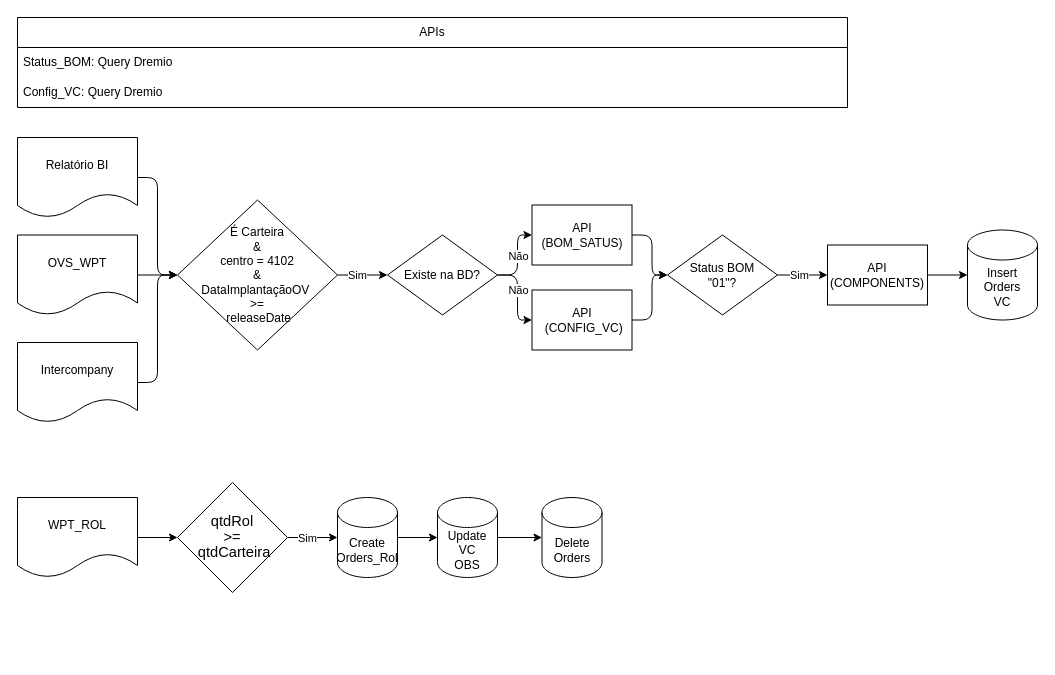
Before: EvaluationMapFluxograma.drawio in Dinis14530/fluxogramas, a draw.io diagram. Source tidied: cells renumbered, new cells numbered last; positions are measured from the earlier drawing's top-left corner, leaving out a move shared by most shapes. Both pictures are drawn from the tidied source at 100%, with x=0, y=0 at pixel (17, 17).
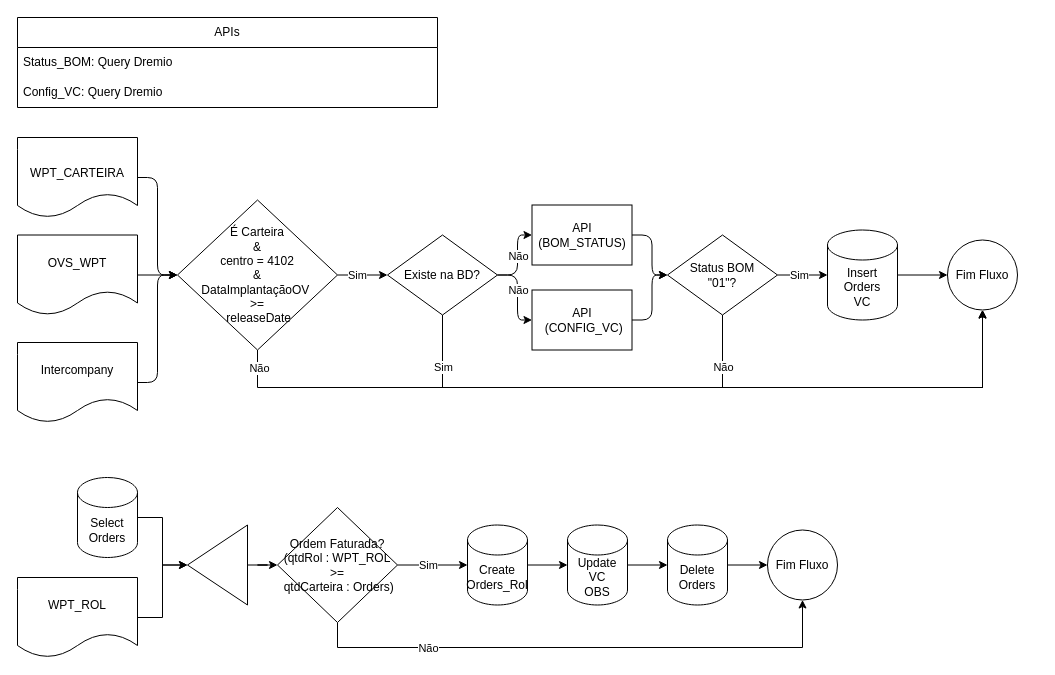
The same diagram, later.

Unchanged cells that the change refers to:
```xml
<mxCell id="11" value="É&amp;nbsp;&lt;span style=&quot;background-color: transparent; color: light-dark(rgb(0, 0, 0), rgb(255, 255, 255));&quot;&gt;Carteira&lt;/span&gt;&lt;div&gt;&lt;span style=&quot;background-color: transparent; color: light-dark(rgb(0, 0, 0), rgb(255, 255, 255));&quot;&gt;&amp;amp;&lt;/span&gt;&lt;/div&gt;&lt;div&gt;&lt;span style=&quot;background-color: transparent; color: light-dark(rgb(0, 0, 0), rgb(255, 255, 255));&quot;&gt;centro = 4102&lt;/span&gt;&lt;/div&gt;&lt;div&gt;&lt;span style=&quot;background-color: transparent; color: light-dark(rgb(0, 0, 0), rgb(255, 255, 255));&quot;&gt;&amp;amp;&lt;/span&gt;&lt;/div&gt;&lt;div&gt;&lt;span style=&quot;background-color: transparent; color: light-dark(rgb(0, 0, 0), rgb(255, 255, 255));&quot;&gt;DataImplantaçãoOV&amp;nbsp;&lt;/span&gt;&lt;/div&gt;&lt;div&gt;&lt;span style=&quot;background-color: transparent; color: light-dark(rgb(0, 0, 0), rgb(255, 255, 255));&quot;&gt;&amp;gt;=&lt;/span&gt;&lt;/div&gt;&lt;div&gt;&lt;span style=&quot;background-color: transparent; color: light-dark(rgb(0, 0, 0), rgb(255, 255, 255));&quot;&gt;&amp;nbsp;releaseDate&lt;/span&gt;&lt;/div&gt;" style="rhombus;whiteSpace=wrap;html=1;rounded=0;" parent="1" vertex="1">
  <mxGeometry x="160" y="182.5" width="160" height="150" as="geometry" />
</mxCell>
<mxCell id="14" value="Status BOM&lt;div&gt;&quot;01&quot;?&lt;/div&gt;" style="rhombus;whiteSpace=wrap;html=1;rounded=0;" parent="1" vertex="1">
  <mxGeometry x="650" y="217.5" width="110" height="80" as="geometry" />
</mxCell>
<mxCell id="28" value="Existe na BD?" style="rhombus;whiteSpace=wrap;html=1;rounded=0;" parent="1" vertex="1">
  <mxGeometry x="370" y="217.5" width="110" height="80" as="geometry" />
</mxCell>
```

The edit, as a diff of the source:
```diff
@@
-    <mxCell id="3" value="Relatório BI" style="shape=document;whiteSpace=wrap;html=1;boundedLbl=1;rounded=0;" parent="1" vertex="1">
+    <mxCell id="3" value="&lt;br&gt;&lt;div&gt;WPT_CARTEIRA&lt;/div&gt;" style="shape=document;whiteSpace=wrap;html=1;boundedLbl=1;rounded=0;" parent="1" vertex="1">
       <mxGeometry y="120" width="120" height="80" as="geometry" />
     </mxCell>
@@
+    <mxCell id="39" style="edgeStyle=orthogonalEdgeStyle;rounded=0;jettySize=auto;html=1;exitX=1;exitY=0.5;exitDx=0;exitDy=0;exitPerimeter=0;entryX=0;entryY=0.5;entryDx=0;entryDy=0;" parent="1" edge="1" source="8" target="50">
+      <mxGeometry relative="1" as="geometry" />
+    </mxCell>
     <mxCell id="8" value="Insert&lt;div&gt;Orders&lt;/div&gt;&lt;div&gt;VC&lt;/div&gt;" style="shape=cylinder3;whiteSpace=wrap;html=1;boundedLbl=1;backgroundOutline=1;size=15;rounded=0;" parent="1" vertex="1">
-      <mxGeometry x="950" y="212.5" width="70" height="90" as="geometry" />
+      <mxGeometry x="810" y="212.5" width="70" height="90" as="geometry" />
     </mxCell>
@@
+    <mxCell id="40" style="edgeStyle=orthogonalEdgeStyle;rounded=0;jettySize=auto;html=1;exitX=0.5;exitY=1;exitDx=0;exitDy=0;entryX=0.5;entryY=1;entryDx=0;entryDy=0;" parent="1" edge="1" source="11" target="50">
+      <mxGeometry relative="1" as="geometry">
+        <Array as="points">
+          <mxPoint x="240" y="370" />
+          <mxPoint x="965" y="370" />
+        </Array>
+      </mxGeometry>
+    </mxCell>
+    <mxCell id="41" value="Não" style="edgeLabel;html=1;align=center;verticalAlign=middle;" parent="40" vertex="1">
+      <mxGeometry x="-0.67" y="-2" relative="1" as="geometry">
+        <mxPoint x="-100" y="-22" as="offset" />
+      </mxGeometry>
+    </mxCell>
@@
-    <mxCell id="12" style="edgeStyle=orthogonalEdgeStyle;jettySize=auto;html=1;entryX=0;entryY=0.5;entryDx=0;entryDy=0;" parent="1" edge="1" source="14" target="20">
+    <mxCell id="12" style="edgeStyle=orthogonalEdgeStyle;jettySize=auto;html=1;entryX=0;entryY=0.5;entryDx=0;entryDy=0;entryPerimeter=0;" parent="1" edge="1" source="14" target="8">
       <mxGeometry relative="1" as="geometry" />
     </mxCell>
@@
+    <mxCell id="42" style="edgeStyle=orthogonalEdgeStyle;rounded=0;jettySize=auto;html=1;exitX=0.5;exitY=1;exitDx=0;exitDy=0;entryX=0.5;entryY=1;entryDx=0;entryDy=0;" parent="1" edge="1" source="14" target="50">
+      <mxGeometry relative="1" as="geometry">
+        <Array as="points">
+          <mxPoint x="705" y="370" />
+          <mxPoint x="965" y="370" />
+        </Array>
+      </mxGeometry>
+    </mxCell>
+    <mxCell id="43" value="Não" style="edgeLabel;html=1;align=center;verticalAlign=middle;" parent="42" vertex="1">
+      <mxGeometry x="-0.85" y="4" relative="1" as="geometry">
+        <mxPoint x="-4" y="21" as="offset" />
+      </mxGeometry>
+    </mxCell>
@@
-    <mxCell id="18" value="API&lt;br&gt;(BOM_SATUS)" style="rounded=0;whiteSpace=wrap;html=1;" parent="1" vertex="1">
+    <mxCell id="18" value="API&lt;br&gt;(BOM_STATUS)" style="rounded=0;whiteSpace=wrap;html=1;" parent="1" vertex="1">
       <mxGeometry x="514.5" y="187.5" width="100" height="60" as="geometry" />
     </mxCell>
-    <mxCell id="19" style="edgeStyle=orthogonalEdgeStyle;rounded=0;jettySize=auto;html=1;exitX=1;exitY=0.5;exitDx=0;exitDy=0;entryX=0;entryY=0.5;entryDx=0;entryDy=0;entryPerimeter=0;" parent="1" edge="1" source="20" target="8">
-      <mxGeometry relative="1" as="geometry" />
-    </mxCell>
-    <mxCell id="20" value="API&lt;br&gt;(COMPONENTS)" style="rounded=0;whiteSpace=wrap;html=1;" parent="1" vertex="1">
-      <mxGeometry x="810" y="227.5" width="100" height="60" as="geometry" />
-    </mxCell>
     <mxCell id="21" value="APIs" style="swimlane;fontStyle=0;horizontal=1;startSize=30;whiteSpace=wrap;html=1;" parent="1" vertex="1">
-      <mxGeometry width="830" height="90" as="geometry" />
+      <mxGeometry width="420" height="90" as="geometry" />
     </mxCell>
-    <mxCell id="22" value="Status_BOM: Query Dremio" style="text;align=left;verticalAlign=middle;spacingLeft=4;spacingRight=4;overflow=hidden;whiteSpace=wrap;html=1;" parent="21" vertex="1">
-      <mxGeometry y="30" width="830" height="30" as="geometry" />
+    <mxCell id="22" value="Status_BOM: Query Dremio" style="text;align=left;verticalAlign=middle;spacingLeft=4;spacingRight=4;overflow=hidden;whiteSpace=wrap;html=1;rounded=0;" parent="21" vertex="1">
+      <mxGeometry y="30" width="420" height="30" as="geometry" />
     </mxCell>
-    <mxCell id="23" value="Config_VC: Query Dremio" style="text;strokeColor=none;fillColor=none;align=left;verticalAlign=middle;spacingLeft=4;spacingRight=4;overflow=hidden;whiteSpace=wrap;html=1;" parent="21" vertex="1">
-      <mxGeometry y="60" width="830" height="30" as="geometry" />
+    <mxCell id="23" value="Config_VC: Query Dremio" style="text;strokeColor=none;fillColor=none;align=left;verticalAlign=middle;spacingLeft=4;spacingRight=4;overflow=hidden;whiteSpace=wrap;html=1;rounded=0;" parent="21" vertex="1">
+      <mxGeometry y="60" width="420" height="30" as="geometry" />
     </mxCell>
@@
+    <mxCell id="44" style="edgeStyle=orthogonalEdgeStyle;rounded=0;jettySize=auto;html=1;exitX=0.5;exitY=1;exitDx=0;exitDy=0;entryX=0.5;entryY=1;entryDx=0;entryDy=0;" parent="1" edge="1" source="28" target="50">
+      <mxGeometry relative="1" as="geometry">
+        <Array as="points">
+          <mxPoint x="425" y="370" />
+          <mxPoint x="965" y="370" />
+        </Array>
+      </mxGeometry>
+    </mxCell>
+    <mxCell id="45" value="Sim" style="edgeLabel;html=1;align=center;verticalAlign=middle;" parent="44" vertex="1">
+      <mxGeometry x="-0.92" y="2" relative="1" as="geometry">
+        <mxPoint x="-2" y="24" as="offset" />
+      </mxGeometry>
+    </mxCell>
@@
-    <mxCell id="29" style="edgeStyle=orthogonalEdgeStyle;rounded=0;jettySize=auto;html=1;exitX=1;exitY=0.5;exitDx=0;exitDy=0;entryX=0;entryY=0.5;entryDx=0;entryDy=0;" parent="1" edge="1" source="30" target="33">
-      <mxGeometry relative="1" as="geometry" />
-    </mxCell>
+    <mxCell id="46" style="edgeStyle=orthogonalEdgeStyle;rounded=0;jettySize=auto;html=1;entryX=1;entryY=0.5;entryDx=0;entryDy=0;exitX=1;exitY=0.5;exitDx=0;exitDy=0;" parent="1" edge="1" source="30" target="56">
+      <mxGeometry relative="1" as="geometry" />
+    </mxCell>
     <mxCell id="30" value="WPT_ROL" style="shape=document;whiteSpace=wrap;html=1;boundedLbl=1;rounded=0;" parent="1" vertex="1">
-      <mxGeometry y="480" width="120" height="80" as="geometry" />
+      <mxGeometry y="560" width="120" height="80" as="geometry" />
     </mxCell>
-    <mxCell id="31" style="edgeStyle=orthogonalEdgeStyle;rounded=0;jettySize=auto;html=1;exitX=1;exitY=0.5;exitDx=0;exitDy=0;entryX=0;entryY=0.5;entryDx=0;entryDy=0;entryPerimeter=0;" parent="1" edge="1" source="33" target="34">
-      <mxGeometry relative="1" as="geometry" />
-    </mxCell>
-    <mxCell id="32" value="Sim" style="edgeLabel;html=1;align=center;verticalAlign=middle;" parent="31" vertex="1">
-      <mxGeometry x="-0.34" y="-1" relative="1" as="geometry">
-        <mxPoint x="3" y="-1" as="offset" />
-      </mxGeometry>
-    </mxCell>
+    <mxCell id="47" style="edgeStyle=orthogonalEdgeStyle;rounded=0;jettySize=auto;html=1;entryX=0.5;entryY=1;entryDx=0;entryDy=0;exitX=0.5;exitY=1;exitDx=0;exitDy=0;" parent="1" edge="1" source="33" target="54">
+      <mxGeometry relative="1" as="geometry">
+        <Array as="points">
+          <mxPoint x="320" y="630" />
+          <mxPoint x="785" y="630" />
+        </Array>
+      </mxGeometry>
+    </mxCell>
+    <mxCell id="48" value="Não" style="edgeLabel;html=1;align=center;verticalAlign=middle;" parent="47" vertex="1">
+      <mxGeometry x="-0.6" y="3" relative="1" as="geometry">
+        <mxPoint x="7" y="3" as="offset" />
+      </mxGeometry>
+    </mxCell>
-    <mxCell id="33" value="&lt;span style=&quot;font-size: 11pt; line-height: 107%; font-family: Arial, sans-serif;&quot;&gt;&lt;font style=&quot;color: light-dark(rgb(0, 0, 0), rgb(255, 255, 255));&quot;&gt;qtdRol&lt;br&gt;&amp;gt;=&lt;/font&gt;&lt;/span&gt;&lt;div&gt;&lt;span style=&quot;font-size: 11pt; line-height: 107%; font-family: Arial, sans-serif;&quot;&gt;&lt;font style=&quot;color: light-dark(rgb(0, 0, 0), rgb(255, 255, 255));&quot;&gt;&amp;nbsp;qtdCarteira&lt;/font&gt;&lt;/span&gt;&lt;/div&gt;" style="rhombus;whiteSpace=wrap;html=1;" parent="1" vertex="1">
-      <mxGeometry x="160" y="465" width="110" height="110" as="geometry" />
+    <mxCell id="33" value="&lt;span style=&quot;line-height: 107%; font-family: Arial, sans-serif;&quot;&gt;&lt;font style=&quot;color: light-dark(rgb(0, 0, 0), rgb(255, 255, 255));&quot;&gt;Ordem Faturada?&lt;br&gt;(qtdRol : WPT_ROL&lt;br&gt;&amp;gt;=&lt;/font&gt;&lt;/span&gt;&lt;div&gt;&lt;span style=&quot;line-height: 107%; font-family: Arial, sans-serif;&quot;&gt;&lt;font style=&quot;color: light-dark(rgb(0, 0, 0), rgb(255, 255, 255));&quot;&gt;&amp;nbsp;qtdCarteira : Orders)&lt;/font&gt;&lt;/span&gt;&lt;/div&gt;" style="rhombus;whiteSpace=wrap;html=1;" parent="1" vertex="1">
+      <mxGeometry x="260" y="490" width="120" height="115" as="geometry" />
     </mxCell>
     <mxCell id="34" value="Create&lt;div&gt;Orders_Rol&lt;/div&gt;" style="shape=cylinder3;whiteSpace=wrap;html=1;boundedLbl=1;backgroundOutline=1;size=15;rounded=0;" parent="1" vertex="1">
-      <mxGeometry x="320" y="480" width="60" height="80" as="geometry" />
+      <mxGeometry x="450" y="507.5" width="60" height="80" as="geometry" />
     </mxCell>
     <mxCell id="35" value="Update&lt;div&gt;VC&lt;/div&gt;&lt;div&gt;OBS&lt;/div&gt;" style="shape=cylinder3;whiteSpace=wrap;html=1;boundedLbl=1;backgroundOutline=1;size=15;rounded=0;" parent="1" vertex="1">
-      <mxGeometry x="420" y="480" width="60" height="80" as="geometry" />
+      <mxGeometry x="550" y="507.5" width="60" height="80" as="geometry" />
     </mxCell>
@@
+    <mxCell id="49" style="edgeStyle=orthogonalEdgeStyle;rounded=0;jettySize=auto;html=1;exitX=1;exitY=0.5;exitDx=0;exitDy=0;exitPerimeter=0;" parent="1" edge="1" source="37" target="54">
+      <mxGeometry relative="1" as="geometry" />
+    </mxCell>
     <mxCell id="37" value="Delete&lt;div&gt;Orders&lt;/div&gt;" style="shape=cylinder3;whiteSpace=wrap;html=1;boundedLbl=1;backgroundOutline=1;size=15;rounded=0;" parent="1" vertex="1">
-      <mxGeometry x="524.5" y="480" width="60" height="80" as="geometry" />
+      <mxGeometry x="650" y="507.5" width="60" height="80" as="geometry" />
     </mxCell>
@@
+    <mxCell id="50" value="Fim Fluxo" style="ellipse;whiteSpace=wrap;html=1;" parent="1" vertex="1">
+      <mxGeometry x="930" y="222.5" width="70" height="70" as="geometry" />
+    </mxCell>
+    <mxCell id="51" style="edgeStyle=orthogonalEdgeStyle;rounded=0;jettySize=auto;html=1;entryX=1;entryY=0.5;entryDx=0;entryDy=0;" parent="1" edge="1" source="52" target="56">
+      <mxGeometry relative="1" as="geometry" />
+    </mxCell>
+    <mxCell id="52" value="Select&lt;div&gt;Orders&lt;/div&gt;" style="shape=cylinder3;whiteSpace=wrap;html=1;boundedLbl=1;backgroundOutline=1;size=15;rounded=0;" parent="1" vertex="1">
+      <mxGeometry x="60" y="460" width="60" height="80" as="geometry" />
+    </mxCell>
+    <mxCell id="53" style="edgeStyle=orthogonalEdgeStyle;rounded=0;jettySize=auto;html=1;exitX=0;exitY=0.5;exitDx=0;exitDy=0;" parent="1" edge="1" source="54">
+      <mxGeometry relative="1" as="geometry">
+        <mxPoint x="780" y="550.1" as="targetPoint" />
+      </mxGeometry>
+    </mxCell>
+    <mxCell id="54" value="Fim Fluxo" style="ellipse;whiteSpace=wrap;html=1;" parent="1" vertex="1">
+      <mxGeometry x="750" y="512.5" width="70" height="70" as="geometry" />
+    </mxCell>
+    <mxCell id="55" style="edgeStyle=orthogonalEdgeStyle;rounded=0;jettySize=auto;html=1;entryX=0;entryY=0.5;entryDx=0;entryDy=0;" parent="1" edge="1" source="56" target="33">
+      <mxGeometry relative="1" as="geometry" />
+    </mxCell>
+    <mxCell id="56" style="triangle;whiteSpace=wrap;html=1;rotation=-180;" parent="1" vertex="1">
+      <mxGeometry x="170" y="507.5" width="60" height="80" as="geometry" />
+    </mxCell>
+    <mxCell id="31" style="edgeStyle=orthogonalEdgeStyle;rounded=0;jettySize=auto;html=1;exitX=1;exitY=0.5;exitDx=0;exitDy=0;entryX=0;entryY=0.5;entryDx=0;entryDy=0;entryPerimeter=0;" parent="1" edge="1" source="33" target="34">
+      <mxGeometry relative="1" as="geometry" />
+    </mxCell>
+    <mxCell id="57" value="Sim" style="edgeLabel;html=1;align=center;verticalAlign=middle;" parent="31" vertex="1">
+      <mxGeometry x="-0.18" y="2" relative="1" as="geometry">
+        <mxPoint x="1" y="2" as="offset" />
+      </mxGeometry>
+    </mxCell>
```
